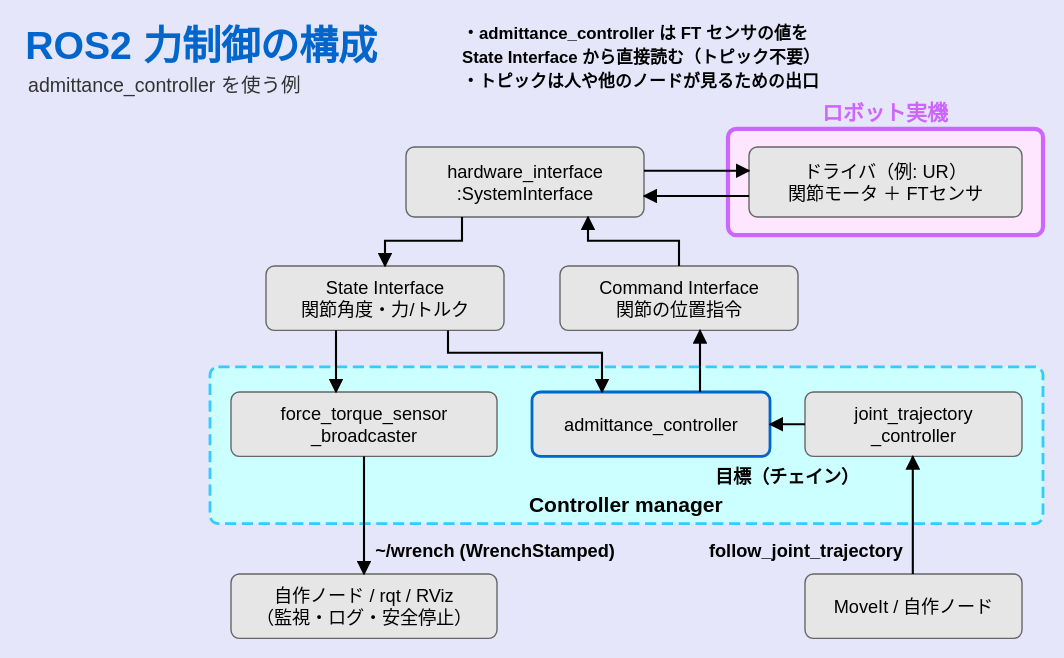
This is slides/ros-arm-force-control/media/ros2_force_control_arch.drawio.svg from YusakuNakajima/zero_ros, a draw.io export, as it was before one commit. Source tidied: cells renumbered, new cells last; positions are measured from the earlier drawing's top-left corner, leaving out a move shared by most shapes.
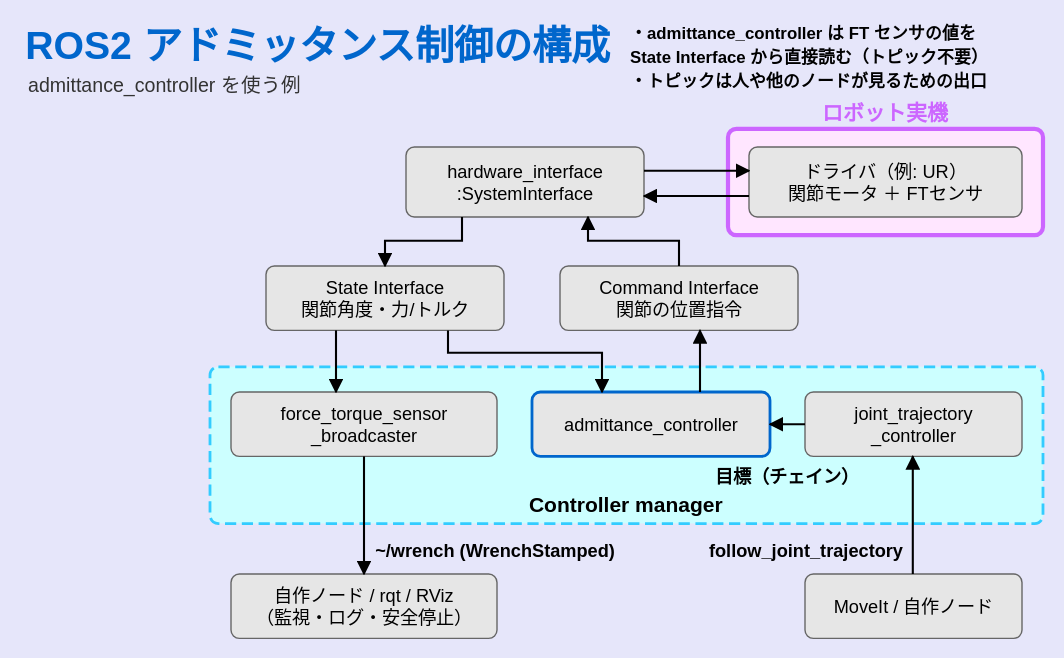
The same diagram one commit later.

Commit message:
Force control deck: retitle ROS2 admittance implementation, drop FT setup and hybrid usage slides, merge unit slide into synthesis slide

The edit, as a diff of the source:
```diff
@@ -38,20 +38,20 @@
     <mxCell id="13" value="MoveIt / 自作ノード" style="rounded=1;whiteSpace=wrap;html=1;fillColor=#E6E6E6;strokeColor=#666666;strokeWidth=1;fontSize=13;fontColor=#000000;" parent="1" vertex="1">
       <mxGeometry x="575" y="410" width="155" height="46" as="geometry" />
     </mxCell>
-    <mxCell id="14" value="ROS2 力制御の構成" style="text;html=1;align=left;verticalAlign=middle;fontSize=28;fontColor=#0066CC;fontStyle=1;" parent="1" vertex="1">
-      <mxGeometry x="18" y="14" width="320" height="34" as="geometry" />
+    <mxCell id="14" value="ROS2 アドミッタンス制御の構成" style="text;html=1;align=left;verticalAlign=middle;fontSize=28;fontColor=#0066CC;fontStyle=1;" parent="1" vertex="1">
+      <mxGeometry x="18" y="14" width="420" height="34" as="geometry" />
     </mxCell>
     <mxCell id="15" value="admittance_controller を使う例" style="text;html=1;align=left;verticalAlign=middle;fontSize=14;fontColor=#333333;fontStyle=0;" parent="1" vertex="1">
       <mxGeometry x="20" y="52" width="320" height="20" as="geometry" />
     </mxCell>
     <mxCell id="16" value="・admittance_controller は FT センサの値を" style="text;html=1;align=left;verticalAlign=middle;fontSize=12;fontColor=#000000;fontStyle=1;" parent="1" vertex="1">
-      <mxGeometry x="330" y="16" width="320" height="18" as="geometry" />
+      <mxGeometry x="450" y="16" width="320" height="18" as="geometry" />
     </mxCell>
     <mxCell id="17" value="  State Interface から直接読む（トピック不要）" style="text;html=1;align=left;verticalAlign=middle;fontSize=12;fontColor=#000000;fontStyle=1;" parent="1" vertex="1">
-      <mxGeometry x="330" y="33" width="320" height="18" as="geometry" />
+      <mxGeometry x="450" y="33" width="320" height="18" as="geometry" />
     </mxCell>
     <mxCell id="18" value="・トピックは人や他のノードが見るための出口" style="text;html=1;align=left;verticalAlign=middle;fontSize=12;fontColor=#000000;fontStyle=1;" parent="1" vertex="1">
-      <mxGeometry x="330" y="50" width="320" height="18" as="geometry" />
+      <mxGeometry x="450" y="50" width="320" height="18" as="geometry" />
     </mxCell>
     <mxCell id="19" value="ロボット実機" style="text;html=1;align=center;verticalAlign=middle;fontSize=15;fontColor=#CC66FF;fontStyle=1;" parent="1" vertex="1">
       <mxGeometry x="472" y="71" width="320" height="21" as="geometry" />
```
